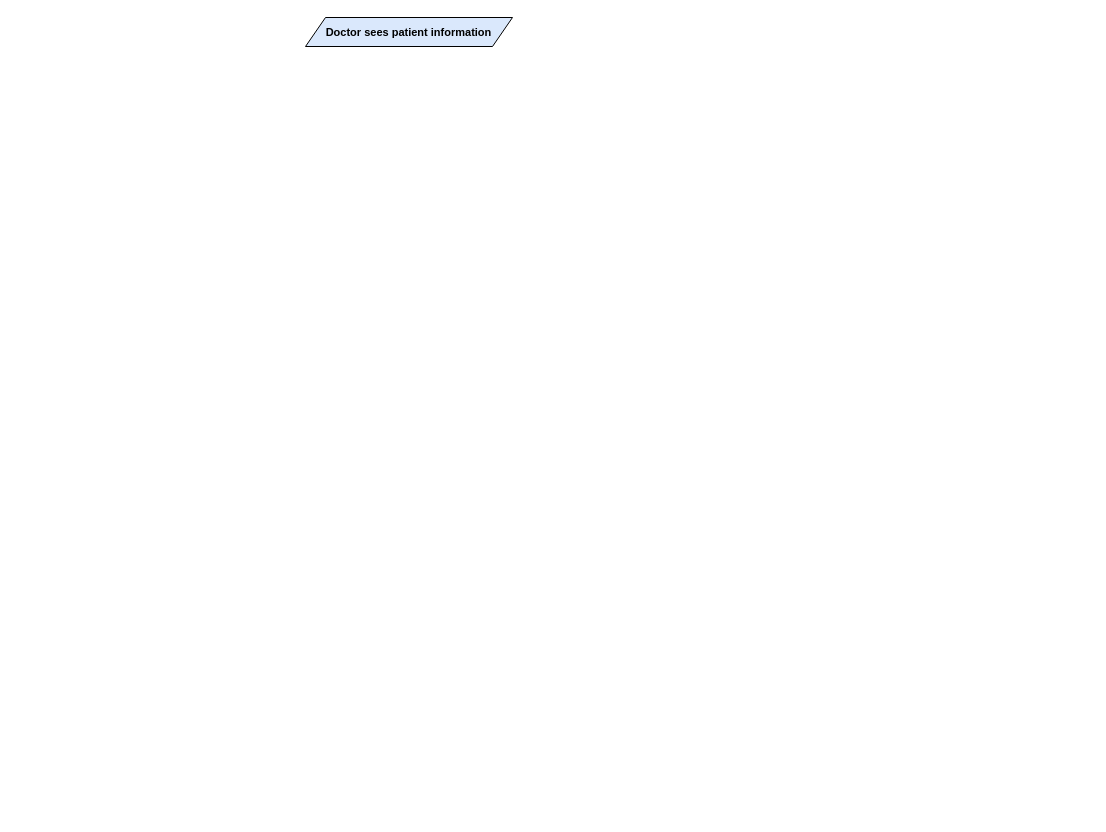
Above: Kaos/KAOS 8.drawio in RafaelCMira/myclinic-msp-project (draw.io), before the change. Source tidied: cells renumbered, new cells numbered last; positions are measured from the earlier drawing's top-left corner, leaving out a move shared by most shapes. Both pictures are drawn from the tidied source at 100%, with x=0, y=0 at pixel (305, 17).
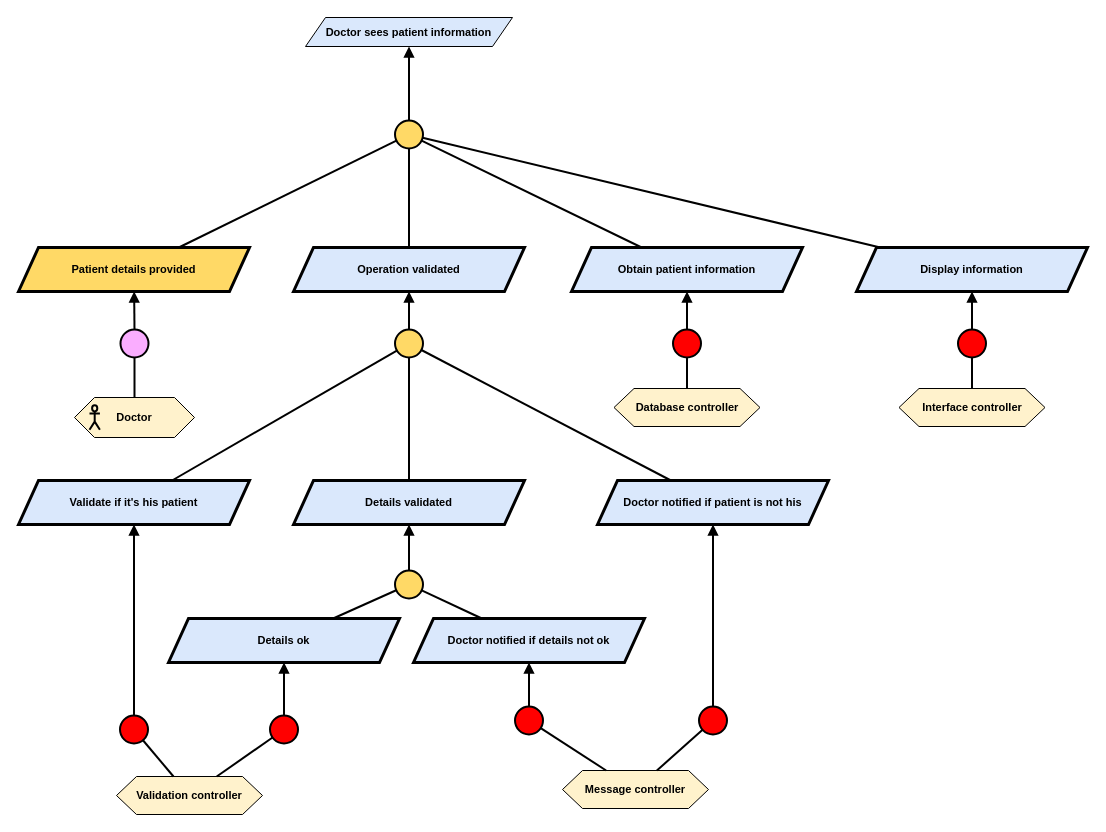
Above is the later version.

Unchanged cells that the change refers to:
```xml
<mxCell id="2" value="&lt;b&gt;Doctor sees patient information&lt;/b&gt;" style="shape=parallelogram;perimeter=parallelogramPerimeter;whiteSpace=wrap;html=1;fixedSize=1;fillColor=#dae8fc;strokeColor=#000000;fontFamily=Helvetica;fontSize=11;fontColor=default;labelBackgroundColor=none;" parent="1" vertex="1">
  <mxGeometry width="207" height="29" as="geometry" />
</mxCell>
```

The edit, as a diff of the source:
```diff
@@
+    <mxCell id="3" style="ellipse;whiteSpace=wrap;html=1;fillColor=#FFD966;strokeWidth=2;" parent="1" vertex="1">
+      <mxGeometry x="89.5" y="103" width="28" height="28" as="geometry" />
+    </mxCell>
+    <mxCell id="4" style="endArrow=block;html=1;rounded=0;endFill=1;strokeWidth=2;" parent="1" edge="1" source="3" target="2">
+      <mxGeometry relative="1" as="geometry" />
+    </mxCell>
+    <mxCell id="5" style="endArrow=none;html=1;rounded=0;strokeWidth=2;" parent="1" edge="1" source="6" target="3">
+      <mxGeometry relative="1" as="geometry" />
+    </mxCell>
+    <mxCell id="6" value="&lt;b&gt;Patient details provided&lt;/b&gt;" style="shape=parallelogram;perimeter=parallelogramPerimeter;whiteSpace=wrap;html=1;fixedSize=1;fillColor=#FFD966;strokeColor=#000000;strokeWidth=3;fontFamily=Helvetica;fontSize=11;fontColor=default;labelBackgroundColor=none;" parent="1" vertex="1">
+      <mxGeometry x="-287" y="230" width="231" height="44" as="geometry" />
+    </mxCell>
+    <mxCell id="7" value="&lt;b&gt;Operation validated&lt;/b&gt;" style="shape=parallelogram;perimeter=parallelogramPerimeter;whiteSpace=wrap;html=1;fixedSize=1;fillColor=#dae8fc;strokeColor=#000000;strokeWidth=3;fontFamily=Helvetica;fontSize=11;fontColor=default;labelBackgroundColor=none;" parent="1" vertex="1">
+      <mxGeometry x="-12" y="230" width="231" height="44" as="geometry" />
+    </mxCell>
+    <mxCell id="8" style="endArrow=none;html=1;rounded=0;strokeWidth=2;" parent="1" edge="1" source="7" target="3">
+      <mxGeometry relative="1" as="geometry" />
+    </mxCell>
+    <mxCell id="9" style="ellipse;whiteSpace=wrap;html=1;fillColor=#FFD966;strokeWidth=2;" parent="1" vertex="1">
+      <mxGeometry x="89.5" y="312" width="28" height="28" as="geometry" />
+    </mxCell>
+    <mxCell id="10" style="endArrow=block;html=1;rounded=0;endFill=1;strokeWidth=2;" parent="1" edge="1" source="9" target="7">
+      <mxGeometry relative="1" as="geometry" />
+    </mxCell>
+    <mxCell id="11" style="endArrow=none;html=1;rounded=0;strokeWidth=2;" parent="1" edge="1" source="12" target="9">
+      <mxGeometry relative="1" as="geometry" />
+    </mxCell>
+    <mxCell id="12" value="&lt;b&gt;Details validated&lt;/b&gt;" style="shape=parallelogram;perimeter=parallelogramPerimeter;whiteSpace=wrap;html=1;fixedSize=1;fillColor=#dae8fc;strokeColor=#000000;strokeWidth=3;fontFamily=Helvetica;fontSize=11;fontColor=default;labelBackgroundColor=none;" parent="1" vertex="1">
+      <mxGeometry x="-12" y="463" width="231" height="44" as="geometry" />
+    </mxCell>
+    <mxCell id="13" style="ellipse;whiteSpace=wrap;html=1;fillColor=#FAADFF;strokeWidth=2;fontFamily=Helvetica;fontSize=11;fontColor=default;labelBackgroundColor=default;" parent="1" vertex="1">
+      <mxGeometry x="-185" y="312" width="28" height="28" as="geometry" />
+    </mxCell>
+    <mxCell id="14" style="endArrow=block;html=1;rounded=0;endFill=1;strokeWidth=2;strokeColor=default;align=center;verticalAlign=middle;fontFamily=Helvetica;fontSize=11;fontColor=default;labelBackgroundColor=default;" parent="1" edge="1" source="13" target="6">
+      <mxGeometry relative="1" as="geometry" />
+    </mxCell>
+    <mxCell id="15" style="endArrow=none;html=1;rounded=0;strokeWidth=2;strokeColor=default;align=center;verticalAlign=middle;fontFamily=Helvetica;fontSize=11;fontColor=default;labelBackgroundColor=default;" parent="1" edge="1" source="17" target="13">
+      <mxGeometry relative="1" as="geometry" />
+    </mxCell>
+    <mxCell id="16" style="group;" parent="1" vertex="1">
+      <mxGeometry x="-231" y="380" width="120" height="40" as="geometry" />
+    </mxCell>
+    <mxCell id="17" value="&lt;div&gt;&lt;b&gt;Doctor&lt;/b&gt;&lt;/div&gt;" style="shape=hexagon;perimeter=hexagonPerimeter2;whiteSpace=wrap;html=1;fixedSize=1;fillColor=#FFF2CC;fontFamily=Helvetica;fontSize=11;fontColor=default;labelBackgroundColor=none;" parent="16" vertex="1">
+      <mxGeometry width="120" height="40" as="geometry" />
+    </mxCell>
+    <mxCell id="18" style="shape=umlActor;verticalLabelPosition=bottom;verticalAlign=top;html=1;fillColor=none;strokeWidth=2;fontFamily=Helvetica;fontSize=11;fontColor=default;labelBackgroundColor=default;" parent="16" vertex="1">
+      <mxGeometry x="15" y="7.8" width="10.4" height="24.5" as="geometry" />
+    </mxCell>
+    <mxCell id="19" value="&lt;div&gt;&lt;b&gt;Validation controller&lt;/b&gt;&lt;/div&gt;" style="shape=hexagon;perimeter=hexagonPerimeter2;whiteSpace=wrap;html=1;fixedSize=1;fillColor=#FFF2CC;fontFamily=Helvetica;fontSize=11;fontColor=default;labelBackgroundColor=none;" parent="1" vertex="1">
+      <mxGeometry x="-189" y="759" width="146" height="38" as="geometry" />
+    </mxCell>
+    <mxCell id="20" style="ellipse;whiteSpace=wrap;html=1;fillColor=#FF0000;strokeWidth=2;" parent="1" vertex="1">
+      <mxGeometry x="-35.5" y="698" width="28" height="28" as="geometry" />
+    </mxCell>
+    <mxCell id="21" style="endArrow=block;html=1;rounded=0;endFill=1;strokeWidth=2;" parent="1" edge="1" source="20" target="34">
+      <mxGeometry relative="1" as="geometry" />
+    </mxCell>
+    <mxCell id="22" style="endArrow=none;html=1;rounded=0;strokeWidth=2;" parent="1" edge="1" source="19" target="20">
+      <mxGeometry relative="1" as="geometry" />
+    </mxCell>
+    <mxCell id="23" style="endArrow=none;html=1;rounded=0;strokeWidth=2;" parent="1" edge="1" source="24" target="9">
+      <mxGeometry relative="1" as="geometry" />
+    </mxCell>
+    <mxCell id="24" value="&lt;b&gt;Validate if it's his patient&lt;/b&gt;" style="shape=parallelogram;perimeter=parallelogramPerimeter;whiteSpace=wrap;html=1;fixedSize=1;fillColor=#dae8fc;strokeColor=#000000;strokeWidth=3;fontFamily=Helvetica;fontSize=11;fontColor=default;labelBackgroundColor=none;" parent="1" vertex="1">
+      <mxGeometry x="-287" y="463" width="231" height="44" as="geometry" />
+    </mxCell>
+    <mxCell id="25" style="ellipse;whiteSpace=wrap;html=1;fillColor=#FF0000;strokeWidth=2;" parent="1" vertex="1">
+      <mxGeometry x="-185.5" y="698" width="28" height="28" as="geometry" />
+    </mxCell>
+    <mxCell id="26" style="endArrow=block;html=1;rounded=0;endFill=1;strokeWidth=2;" parent="1" edge="1" source="25" target="24">
+      <mxGeometry relative="1" as="geometry" />
+    </mxCell>
+    <mxCell id="27" style="endArrow=none;html=1;rounded=0;strokeWidth=2;" parent="1" edge="1" source="19" target="25">
+      <mxGeometry relative="1" as="geometry" />
+    </mxCell>
+    <mxCell id="28" value="&lt;b&gt;Obtain patient information&lt;/b&gt;" style="shape=parallelogram;perimeter=parallelogramPerimeter;whiteSpace=wrap;html=1;fixedSize=1;fillColor=#dae8fc;strokeColor=#000000;strokeWidth=3;fontFamily=Helvetica;fontSize=11;fontColor=default;labelBackgroundColor=none;" parent="1" vertex="1">
+      <mxGeometry x="266" y="230" width="231" height="44" as="geometry" />
+    </mxCell>
+    <mxCell id="29" style="endArrow=none;html=1;rounded=0;strokeWidth=2;" parent="1" edge="1" source="28" target="3">
+      <mxGeometry relative="1" as="geometry" />
+    </mxCell>
+    <mxCell id="30" value="&lt;div&gt;&lt;b&gt;Database controller&lt;/b&gt;&lt;/div&gt;" style="shape=hexagon;perimeter=hexagonPerimeter2;whiteSpace=wrap;html=1;fixedSize=1;fillColor=#FFF2CC;fontFamily=Helvetica;fontSize=11;fontColor=default;labelBackgroundColor=none;" parent="1" vertex="1">
+      <mxGeometry x="308.5" y="371" width="146" height="38" as="geometry" />
+    </mxCell>
+    <mxCell id="31" style="ellipse;whiteSpace=wrap;html=1;fillColor=#FF0000;strokeWidth=2;" parent="1" vertex="1">
+      <mxGeometry x="367.5" y="312" width="28" height="28" as="geometry" />
+    </mxCell>
+    <mxCell id="32" style="endArrow=block;html=1;rounded=0;endFill=1;strokeWidth=2;" parent="1" edge="1" source="31" target="28">
+      <mxGeometry relative="1" as="geometry" />
+    </mxCell>
+    <mxCell id="33" style="endArrow=none;html=1;rounded=0;strokeWidth=2;" parent="1" edge="1" source="30" target="31">
+      <mxGeometry relative="1" as="geometry" />
+    </mxCell>
+    <mxCell id="34" value="&lt;b&gt;Details ok&lt;/b&gt;" style="shape=parallelogram;perimeter=parallelogramPerimeter;whiteSpace=wrap;html=1;fixedSize=1;fillColor=#dae8fc;strokeColor=#000000;strokeWidth=3;fontFamily=Helvetica;fontSize=11;fontColor=default;labelBackgroundColor=none;" parent="1" vertex="1">
+      <mxGeometry x="-137" y="601" width="231" height="44" as="geometry" />
+    </mxCell>
+    <mxCell id="35" value="&lt;b&gt;Doctor notified if details not ok&lt;/b&gt;" style="shape=parallelogram;perimeter=parallelogramPerimeter;whiteSpace=wrap;html=1;fixedSize=1;fillColor=#dae8fc;strokeColor=#000000;strokeWidth=3;fontFamily=Helvetica;fontSize=11;fontColor=default;labelBackgroundColor=none;" parent="1" vertex="1">
+      <mxGeometry x="108" y="601" width="231" height="44" as="geometry" />
+    </mxCell>
+    <mxCell id="36" style="ellipse;whiteSpace=wrap;html=1;fillColor=#FFD966;strokeWidth=2;" parent="1" vertex="1">
+      <mxGeometry x="89.5" y="553" width="28" height="28" as="geometry" />
+    </mxCell>
+    <mxCell id="37" style="endArrow=block;html=1;rounded=0;endFill=1;strokeWidth=2;" parent="1" edge="1" source="36" target="12">
+      <mxGeometry relative="1" as="geometry" />
+    </mxCell>
+    <mxCell id="38" style="endArrow=none;html=1;rounded=0;strokeWidth=2;" parent="1" edge="1" source="34" target="36">
+      <mxGeometry relative="1" as="geometry" />
+    </mxCell>
+    <mxCell id="39" style="endArrow=none;html=1;rounded=0;strokeWidth=2;" parent="1" edge="1" source="35" target="36">
+      <mxGeometry relative="1" as="geometry" />
+    </mxCell>
+    <mxCell id="40" value="&lt;div&gt;&lt;b&gt;Message controller&lt;/b&gt;&lt;/div&gt;" style="shape=hexagon;perimeter=hexagonPerimeter2;whiteSpace=wrap;html=1;fixedSize=1;fillColor=#FFF2CC;fontFamily=Helvetica;fontSize=11;fontColor=default;labelBackgroundColor=none;" parent="1" vertex="1">
+      <mxGeometry x="257" y="753" width="146" height="38" as="geometry" />
+    </mxCell>
+    <mxCell id="41" style="ellipse;whiteSpace=wrap;html=1;fillColor=#FF0000;strokeWidth=2;" parent="1" vertex="1">
+      <mxGeometry x="209.5" y="689" width="28" height="28" as="geometry" />
+    </mxCell>
+    <mxCell id="42" style="endArrow=block;html=1;rounded=0;endFill=1;strokeWidth=2;" parent="1" edge="1" source="41" target="35">
+      <mxGeometry relative="1" as="geometry" />
+    </mxCell>
+    <mxCell id="43" style="endArrow=none;html=1;rounded=0;strokeWidth=2;" parent="1" edge="1" source="40" target="41">
+      <mxGeometry relative="1" as="geometry" />
+    </mxCell>
+    <mxCell id="44" value="&lt;b&gt;Doctor notified if patient is not his&lt;/b&gt;" style="shape=parallelogram;perimeter=parallelogramPerimeter;whiteSpace=wrap;html=1;fixedSize=1;fillColor=#dae8fc;strokeColor=#000000;strokeWidth=3;fontFamily=Helvetica;fontSize=11;fontColor=default;labelBackgroundColor=none;" parent="1" vertex="1">
+      <mxGeometry x="292" y="463" width="231" height="44" as="geometry" />
+    </mxCell>
+    <mxCell id="45" style="endArrow=none;html=1;rounded=0;strokeWidth=2;" parent="1" edge="1" source="44" target="9">
+      <mxGeometry relative="1" as="geometry" />
+    </mxCell>
+    <mxCell id="46" style="ellipse;whiteSpace=wrap;html=1;fillColor=#FF0000;strokeWidth=2;" parent="1" vertex="1">
+      <mxGeometry x="393.5" y="689" width="28" height="28" as="geometry" />
+    </mxCell>
+    <mxCell id="47" style="endArrow=block;html=1;rounded=0;endFill=1;strokeWidth=2;" parent="1" edge="1" source="46" target="44">
+      <mxGeometry relative="1" as="geometry" />
+    </mxCell>
+    <mxCell id="48" style="endArrow=none;html=1;rounded=0;strokeWidth=2;" parent="1" edge="1" source="40" target="46">
+      <mxGeometry relative="1" as="geometry" />
+    </mxCell>
+    <mxCell id="49" value="&lt;b&gt;Display information&lt;/b&gt;" style="shape=parallelogram;perimeter=parallelogramPerimeter;whiteSpace=wrap;html=1;fixedSize=1;fillColor=#dae8fc;strokeColor=#000000;strokeWidth=3;fontFamily=Helvetica;fontSize=11;fontColor=default;labelBackgroundColor=none;" parent="1" vertex="1">
+      <mxGeometry x="551" y="230" width="231" height="44" as="geometry" />
+    </mxCell>
+    <mxCell id="50" value="&lt;b&gt;Interface controller&lt;/b&gt;" style="shape=hexagon;perimeter=hexagonPerimeter2;whiteSpace=wrap;html=1;fixedSize=1;fillColor=#FFF2CC;fontFamily=Helvetica;fontSize=11;fontColor=default;labelBackgroundColor=none;" parent="1" vertex="1">
+      <mxGeometry x="593.5" y="371" width="146" height="38" as="geometry" />
+    </mxCell>
+    <mxCell id="51" style="ellipse;whiteSpace=wrap;html=1;fillColor=#FF0000;strokeWidth=2;" parent="1" vertex="1">
+      <mxGeometry x="652.5" y="312" width="28" height="28" as="geometry" />
+    </mxCell>
+    <mxCell id="52" style="endArrow=block;html=1;rounded=0;endFill=1;strokeWidth=2;" parent="1" edge="1" source="51" target="49">
+      <mxGeometry relative="1" as="geometry" />
+    </mxCell>
+    <mxCell id="53" style="endArrow=none;html=1;rounded=0;strokeWidth=2;" parent="1" edge="1" source="50" target="51">
+      <mxGeometry relative="1" as="geometry" />
+    </mxCell>
+    <mxCell id="54" style="endArrow=none;html=1;rounded=0;strokeWidth=2;" parent="1" edge="1" source="49" target="3">
+      <mxGeometry relative="1" as="geometry" />
+    </mxCell>
```
